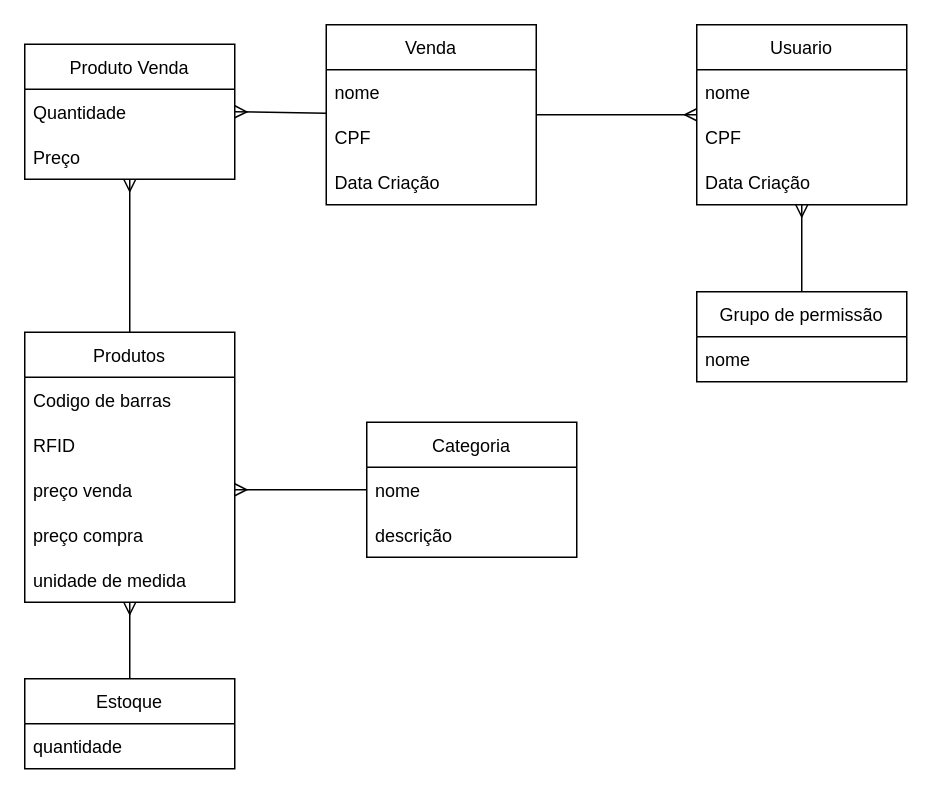
The draw.io diagram page "Class-Diagram" (1 of 4) of doc/class.drawio in SavioAraujoPagung/les, before the edit. Source tidied: cells renumbered, new cells numbered last; positions are measured from the earlier drawing's top-left corner, leaving out a move shared by most shapes. Both pictures are drawn from the tidied source at 150%, with x=0, y=0 at pixel (24, 24).
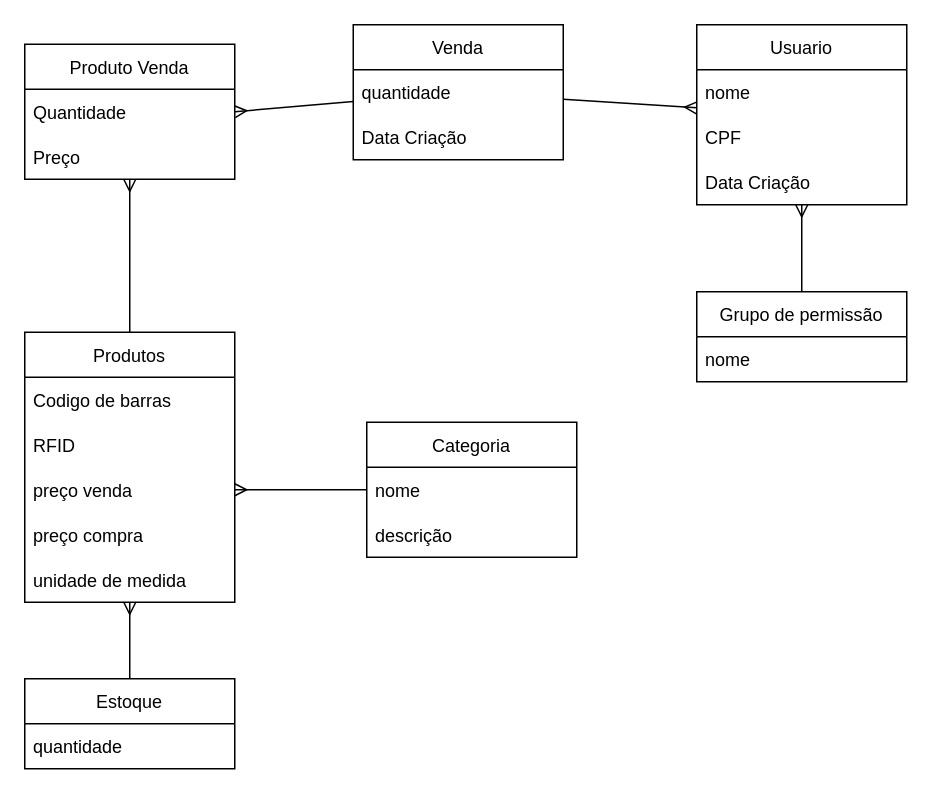
After the change.

Diff of the diagram source:
```diff
@@
     <mxCell id="24" value="Venda" style="swimlane;fontStyle=0;horizontal=1;startSize=30;" parent="1" vertex="1">
-      <mxGeometry x="201" width="140" height="120" as="geometry" />
+      <mxGeometry x="219" width="140" height="90" as="geometry" />
     </mxCell>
-    <mxCell id="25" value="nome" style="text;strokeColor=none;fillColor=none;align=left;verticalAlign=middle;spacingLeft=4;spacingRight=4;overflow=hidden;" parent="24" vertex="1">
+    <mxCell id="25" value="quantidade" style="text;strokeColor=none;fillColor=none;align=left;verticalAlign=middle;spacingLeft=4;spacingRight=4;overflow=hidden;" parent="24" vertex="1">
       <mxGeometry y="30" width="140" height="30" as="geometry" />
     </mxCell>
-    <mxCell id="26" value="CPF" style="text;strokeColor=none;fillColor=none;align=left;verticalAlign=middle;spacingLeft=4;spacingRight=4;overflow=hidden;" parent="24" vertex="1">
-      <mxGeometry y="60" width="140" height="30" as="geometry" />
-    </mxCell>
     <mxCell id="27" value="Data Criação" style="text;strokeColor=none;fillColor=none;align=left;verticalAlign=middle;spacingLeft=4;spacingRight=4;overflow=hidden;" parent="24" vertex="1">
-      <mxGeometry y="90" width="140" height="30" as="geometry" />
+      <mxGeometry y="60" width="140" height="30" as="geometry" />
     </mxCell>
```
